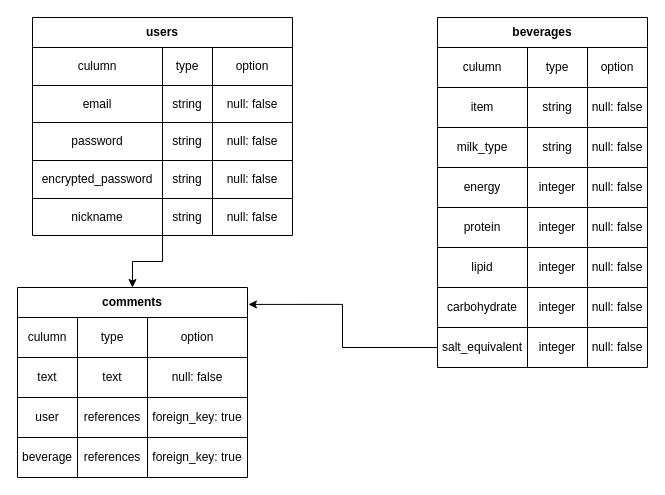
Before: ER.dio in TAKAE1117/starbucks-calorie-app, a draw.io diagram. Source tidied: cells renumbered, new cells numbered last; positions are measured from the earlier drawing's top-left corner, leaving out a move shared by most shapes. Both pictures are drawn from the tidied source at 100%, with x=0, y=0 at pixel (17, 17).
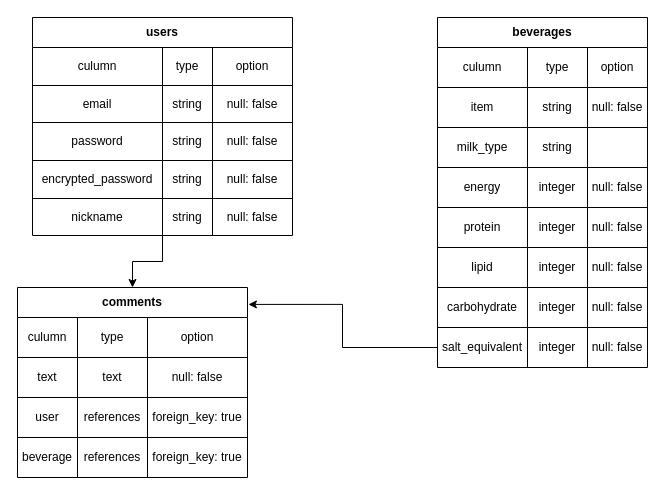
The same page after the edit.

Unchanged cells that the change refers to:
```xml
<mxCell id="33" style="shape=partialRectangle;html=1;whiteSpace=wrap;fillColor=none;top=0;left=0;bottom=0;right=0;" parent="24" vertex="1">
  <mxGeometry y="110" width="210" height="40" as="geometry" />
</mxCell>
```

What changed in the source:
```diff
@@
-    <mxCell id="36" value="&lt;span&gt;null: false&lt;/span&gt;" style="shape=partialRectangle;html=1;whiteSpace=wrap;fillColor=none;top=0;left=0;bottom=0;right=0;overflow=hidden;" parent="33" vertex="1">
+    <mxCell id="36" style="shape=partialRectangle;html=1;whiteSpace=wrap;fillColor=none;top=0;left=0;bottom=0;right=0;overflow=hidden;" parent="33" vertex="1">
       <mxGeometry x="150" width="60" height="40" as="geometry" />
     </mxCell>
```
